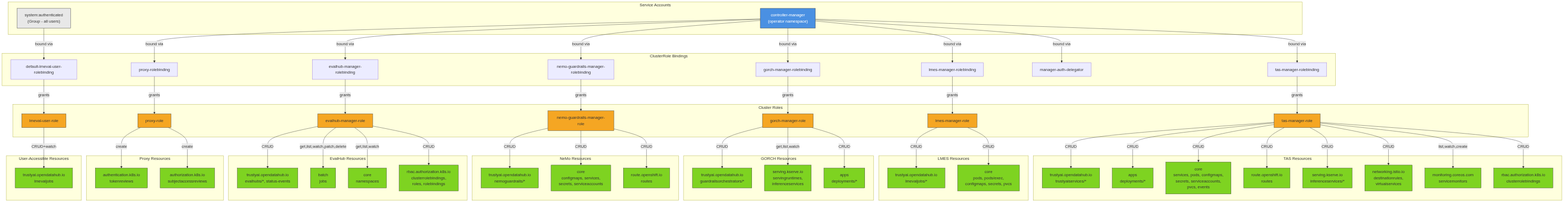
Above: architecture/rhoai.next/diagrams/trustyai-service-operator-rbac.png in rhuss/architecture-context (Mermaid), before the change. Its source is kept beside it as architecture/rhoai.next/diagrams/trustyai-service-operator-rbac.mmd.
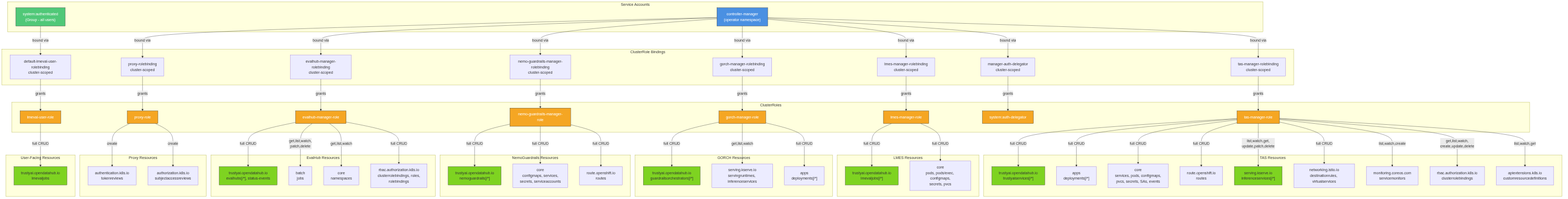
The same diagram one commit later.

The edit, as a diff of the source:
```diff
@@ -1,152 +1,141 @@
 graph TD
     subgraph ServiceAccounts["Service Accounts"]
-        SA["controller-manager<br/>(operator namespace)"]
-        AuthGroup["system:authenticated<br/>(Group - all users)"]
+        SA_CM["controller-manager<br/>(operator namespace)"]
+        SA_Auth["system:authenticated<br/>(Group - all users)"]
     end
 
     subgraph ClusterRoleBindings["ClusterRole Bindings"]
-        TASBinding["tas-manager-rolebinding"]
-        LMESBinding["lmes-manager-rolebinding"]
-        GORCHBinding["gorch-manager-rolebinding"]
-        NEMOBinding["nemo-guardrails-manager-rolebinding"]
-        EHBinding["evalhub-manager-rolebinding"]
-        ProxyBinding["proxy-rolebinding"]
-        AuthDelegator["manager-auth-delegator"]
-        LMEvalUserBinding["default-lmeval-user-rolebinding"]
+        CRB_TAS["tas-manager-rolebinding<br/>cluster-scoped"]
+        CRB_LMES["lmes-manager-rolebinding<br/>cluster-scoped"]
+        CRB_GORCH["gorch-manager-rolebinding<br/>cluster-scoped"]
+        CRB_NEMO["nemo-guardrails-manager-rolebinding<br/>cluster-scoped"]
+        CRB_EH["evalhub-manager-rolebinding<br/>cluster-scoped"]
+        CRB_PROXY["proxy-rolebinding<br/>cluster-scoped"]
+        CRB_AUTH["manager-auth-delegator<br/>cluster-scoped"]
+        CRB_LMEVAL_USER["default-lmeval-user-rolebinding<br/>cluster-scoped"]
     end
 
-    subgraph ClusterRoles["Cluster Roles"]
-        TASRole["tas-manager-role"]
-        LMESRole["lmes-manager-role"]
-        GORCHRole["gorch-manager-role"]
-        NEMORole["nemo-guardrails-manager-role"]
-        EHRole["evalhub-manager-role"]
-        ProxyRole["proxy-role"]
-        LMEvalUserRole["lmeval-user-role"]
+    subgraph ClusterRoles["ClusterRoles"]
+        CR_TAS["tas-manager-role"]
+        CR_LMES["lmes-manager-role"]
+        CR_GORCH["gorch-manager-role"]
+        CR_NEMO["nemo-guardrails-manager-role"]
+        CR_EH["evalhub-manager-role"]
+        CR_PROXY["proxy-role"]
+        CR_AUTH["system:auth-delegator"]
+        CR_LMEVAL_USER["lmeval-user-role"]
     end
 
-    subgraph TASResources["TAS Resources"]
-        TAS_CRD["trustyai.opendatahub.io<br/>trustyaiservices/*"]
-        TAS_Apps["apps<br/>deployments/*"]
-        TAS_Core["core<br/>services, pods, configmaps,<br/>secrets, serviceaccounts,<br/>pvcs, events"]
+    SA_CM -->|bound via| CRB_TAS
+    SA_CM -->|bound via| CRB_LMES
+    SA_CM -->|bound via| CRB_GORCH
+    SA_CM -->|bound via| CRB_NEMO
+    SA_CM -->|bound via| CRB_EH
+    SA_CM -->|bound via| CRB_PROXY
+    SA_CM -->|bound via| CRB_AUTH
+    SA_Auth -->|bound via| CRB_LMEVAL_USER
+
+    CRB_TAS -->|grants| CR_TAS
+    CRB_LMES -->|grants| CR_LMES
+    CRB_GORCH -->|grants| CR_GORCH
+    CRB_NEMO -->|grants| CR_NEMO
+    CRB_EH -->|grants| CR_EH
+    CRB_PROXY -->|grants| CR_PROXY
+    CRB_AUTH -->|grants| CR_AUTH
+    CRB_LMEVAL_USER -->|grants| CR_LMEVAL_USER
+
+    subgraph TAS_Resources["TAS Resources"]
+        TAS_CRD["trustyai.opendatahub.io<br/>trustyaiservices[/*]"]
+        TAS_Apps["apps<br/>deployments[/*]"]
+        TAS_Core["core<br/>services, pods, configmaps,<br/>pvcs, secrets, SAs, events"]
         TAS_Route["route.openshift.io<br/>routes"]
-        TAS_KServe["serving.kserve.io<br/>inferenceservices/*"]
-        TAS_Istio["networking.istio.io<br/>destinationrules,<br/>virtualservices"]
-        TAS_Mon["monitoring.coreos.com<br/>servicemonitors"]
+        TAS_KServe["serving.kserve.io<br/>inferenceservices[/*]"]
+        TAS_Istio["networking.istio.io<br/>destinationrules, virtualservices"]
+        TAS_Monitor["monitoring.coreos.com<br/>servicemonitors"]
         TAS_RBAC["rbac.authorization.k8s.io<br/>clusterrolebindings"]
+        TAS_CRD_Watch["apiextensions.k8s.io<br/>customresourcedefinitions"]
     end
 
-    subgraph LMESResources["LMES Resources"]
-        LMES_CRD["trustyai.opendatahub.io<br/>lmevaljobs/*"]
-        LMES_Core["core<br/>pods, pods/exec,<br/>configmaps, secrets, pvcs"]
+    subgraph LMES_Resources["LMES Resources"]
+        LMES_CRD["trustyai.opendatahub.io<br/>lmevaljobs[/*]"]
+        LMES_Core["core<br/>pods, pods/exec, configmaps,<br/>secrets, pvcs"]
     end
 
-    subgraph GORCHResources["GORCH Resources"]
-        GORCH_CRD["trustyai.opendatahub.io<br/>guardrailsorchestrators/*"]
-        GORCH_KServe["serving.kserve.io<br/>servingruntimes,<br/>inferenceservices"]
-        GORCH_Apps["apps<br/>deployments/*"]
+    subgraph GORCH_Resources["GORCH Resources"]
+        GORCH_CRD["trustyai.opendatahub.io<br/>guardrailsorchestrators[/*]"]
+        GORCH_KServe["serving.kserve.io<br/>servingruntimes, inferenceservices"]
+        GORCH_Apps["apps<br/>deployments[/*]"]
     end
 
-    subgraph NEMOResources["NeMo Resources"]
-        NEMO_CRD["trustyai.opendatahub.io<br/>nemoguardrails/*"]
+    subgraph NEMO_Resources["NemoGuardrails Resources"]
+        NEMO_CRD["trustyai.opendatahub.io<br/>nemoguardrails[/*]"]
         NEMO_Core["core<br/>configmaps, services,<br/>secrets, serviceaccounts"]
         NEMO_Route["route.openshift.io<br/>routes"]
     end
 
-    subgraph EHResources["EvalHub Resources"]
-        EH_CRD["trustyai.opendatahub.io<br/>evalhubs/*, status-events"]
+    subgraph EH_Resources["EvalHub Resources"]
+        EH_CRD["trustyai.opendatahub.io<br/>evalhubs[/*], status-events"]
         EH_Batch["batch<br/>jobs"]
         EH_NS["core<br/>namespaces"]
-        EH_RBAC["rbac.authorization.k8s.io<br/>clusterrolebindings,<br/>roles, rolebindings"]
+        EH_RBAC["rbac.authorization.k8s.io<br/>clusterrolebindings, roles,<br/>rolebindings"]
     end
 
-    subgraph ProxyResources["Proxy Resources"]
-        Proxy_Auth["authentication.k8s.io<br/>tokenreviews"]
-        Proxy_Authz["authorization.k8s.io<br/>subjectaccessreviews"]
+    subgraph Proxy_Resources["Proxy Resources"]
+        Proxy_TokenReview["authentication.k8s.io<br/>tokenreviews"]
+        Proxy_SAR["authorization.k8s.io<br/>subjectaccessreviews"]
     end
 
-    subgraph UserResources["User-Accessible Resources"]
-        User_LMES["trustyai.opendatahub.io<br/>lmevaljobs"]
+    subgraph User_Resources["User-Facing Resources"]
+        User_LMEval["trustyai.opendatahub.io<br/>lmevaljobs"]
     end
 
-    SA -->|bound via| TASBinding
-    SA -->|bound via| LMESBinding
-    SA -->|bound via| GORCHBinding
-    SA -->|bound via| NEMOBinding
-    SA -->|bound via| EHBinding
-    SA -->|bound via| ProxyBinding
-    SA -->|bound via| AuthDelegator
-    AuthGroup -->|bound via| LMEvalUserBinding
+    CR_TAS -->|"full CRUD"| TAS_CRD
+    CR_TAS -->|"full CRUD"| TAS_Apps
+    CR_TAS -->|"full CRUD"| TAS_Core
+    CR_TAS -->|"full CRUD"| TAS_Route
+    CR_TAS -->|"list,watch,get,<br/>update,patch,delete"| TAS_KServe
+    CR_TAS -->|"full CRUD"| TAS_Istio
+    CR_TAS -->|"list,watch,create"| TAS_Monitor
+    CR_TAS -->|"get,list,watch,<br/>create,update,delete"| TAS_RBAC
+    CR_TAS -->|"list,watch,get"| TAS_CRD_Watch
 
-    TASBinding -->|grants| TASRole
-    LMESBinding -->|grants| LMESRole
-    GORCHBinding -->|grants| GORCHRole
-    NEMOBinding -->|grants| NEMORole
-    EHBinding -->|grants| EHRole
-    ProxyBinding -->|grants| ProxyRole
-    LMEvalUserBinding -->|grants| LMEvalUserRole
+    CR_LMES -->|"full CRUD"| LMES_CRD
+    CR_LMES -->|"full CRUD"| LMES_Core
 
-    TASRole -->|"CRUD"| TAS_CRD
-    TASRole -->|"CRUD"| TAS_Apps
-    TASRole -->|"CRUD"| TAS_Core
-    TASRole -->|"CRUD"| TAS_Route
-    TASRole -->|"CRUD"| TAS_KServe
-    TASRole -->|"CRUD"| TAS_Istio
-    TASRole -->|"list,watch,create"| TAS_Mon
-    TASRole -->|"CRUD"| TAS_RBAC
+    CR_GORCH -->|"full CRUD"| GORCH_CRD
+    CR_GORCH -->|"get,list,watch"| GORCH_KServe
+    CR_GORCH -->|"full CRUD"| GORCH_Apps
 
-    LMESRole -->|"CRUD"| LMES_CRD
-    LMESRole -->|"CRUD"| LMES_Core
+    CR_NEMO -->|"full CRUD"| NEMO_CRD
+    CR_NEMO -->|"full CRUD"| NEMO_Core
+    CR_NEMO -->|"full CRUD"| NEMO_Route
 
-    GORCHRole -->|"CRUD"| GORCH_CRD
-    GORCHRole -->|"get,list,watch"| GORCH_KServe
-    GORCHRole -->|"CRUD"| GORCH_Apps
+    CR_EH -->|"full CRUD"| EH_CRD
+    CR_EH -->|"get,list,watch,<br/>patch,delete"| EH_Batch
+    CR_EH -->|"get,list,watch"| EH_NS
+    CR_EH -->|"full CRUD"| EH_RBAC
 
-    NEMORole -->|"CRUD"| NEMO_CRD
-    NEMORole -->|"CRUD"| NEMO_Core
-    NEMORole -->|"CRUD"| NEMO_Route
+    CR_PROXY -->|"create"| Proxy_TokenReview
+    CR_PROXY -->|"create"| Proxy_SAR
 
-    EHRole -->|"CRUD"| EH_CRD
-    EHRole -->|"get,list,watch,patch,delete"| EH_Batch
-    EHRole -->|"get,list,watch"| EH_NS
-    EHRole -->|"CRUD"| EH_RBAC
+    CR_LMEVAL_USER -->|"full CRUD"| User_LMEval
 
-    ProxyRole -->|"create"| Proxy_Auth
-    ProxyRole -->|"create"| Proxy_Authz
+    style SA_CM fill:#4a90e2,stroke:#333,color:#fff
+    style SA_Auth fill:#50c878,stroke:#333,color:#fff
 
-    LMEvalUserRole -->|"CRUD+watch"| User_LMES
-
-    style SA fill:#4a90e2,stroke:#333,color:#fff
-    style AuthGroup fill:#e8e8e8,stroke:#333
-
-    style TASRole fill:#f5a623,stroke:#333
-    style LMESRole fill:#f5a623,stroke:#333
-    style GORCHRole fill:#f5a623,stroke:#333
-    style NEMORole fill:#f5a623,stroke:#333
-    style EHRole fill:#f5a623,stroke:#333
-    style ProxyRole fill:#f5a623,stroke:#333
-    style LMEvalUserRole fill:#f5a623,stroke:#333
+    style CR_TAS fill:#f5a623,stroke:#333,color:#fff
+    style CR_LMES fill:#f5a623,stroke:#333,color:#fff
+    style CR_GORCH fill:#f5a623,stroke:#333,color:#fff
+    style CR_NEMO fill:#f5a623,stroke:#333,color:#fff
+    style CR_EH fill:#f5a623,stroke:#333,color:#fff
+    style CR_PROXY fill:#f5a623,stroke:#333,color:#fff
+    style CR_AUTH fill:#f5a623,stroke:#333,color:#fff
+    style CR_LMEVAL_USER fill:#f5a623,stroke:#333,color:#fff
 
     style TAS_CRD fill:#7ed321,stroke:#333
-    style TAS_Apps fill:#7ed321,stroke:#333
-    style TAS_Core fill:#7ed321,stroke:#333
-    style TAS_Route fill:#7ed321,stroke:#333
     style TAS_KServe fill:#7ed321,stroke:#333
-    style TAS_Istio fill:#7ed321,stroke:#333
-    style TAS_Mon fill:#7ed321,stroke:#333
-    style TAS_RBAC fill:#7ed321,stroke:#333
     style LMES_CRD fill:#7ed321,stroke:#333
-    style LMES_Core fill:#7ed321,stroke:#333
     style GORCH_CRD fill:#7ed321,stroke:#333
-    style GORCH_KServe fill:#7ed321,stroke:#333
-    style GORCH_Apps fill:#7ed321,stroke:#333
     style NEMO_CRD fill:#7ed321,stroke:#333
-    style NEMO_Core fill:#7ed321,stroke:#333
-    style NEMO_Route fill:#7ed321,stroke:#333
     style EH_CRD fill:#7ed321,stroke:#333
-    style EH_Batch fill:#7ed321,stroke:#333
-    style EH_NS fill:#7ed321,stroke:#333
-    style EH_RBAC fill:#7ed321,stroke:#333
-    style Proxy_Auth fill:#7ed321,stroke:#333
-    style Proxy_Authz fill:#7ed321,stroke:#333
-    style User_LMES fill:#7ed321,stroke:#333
+    style User_LMEval fill:#7ed321,stroke:#333
```
